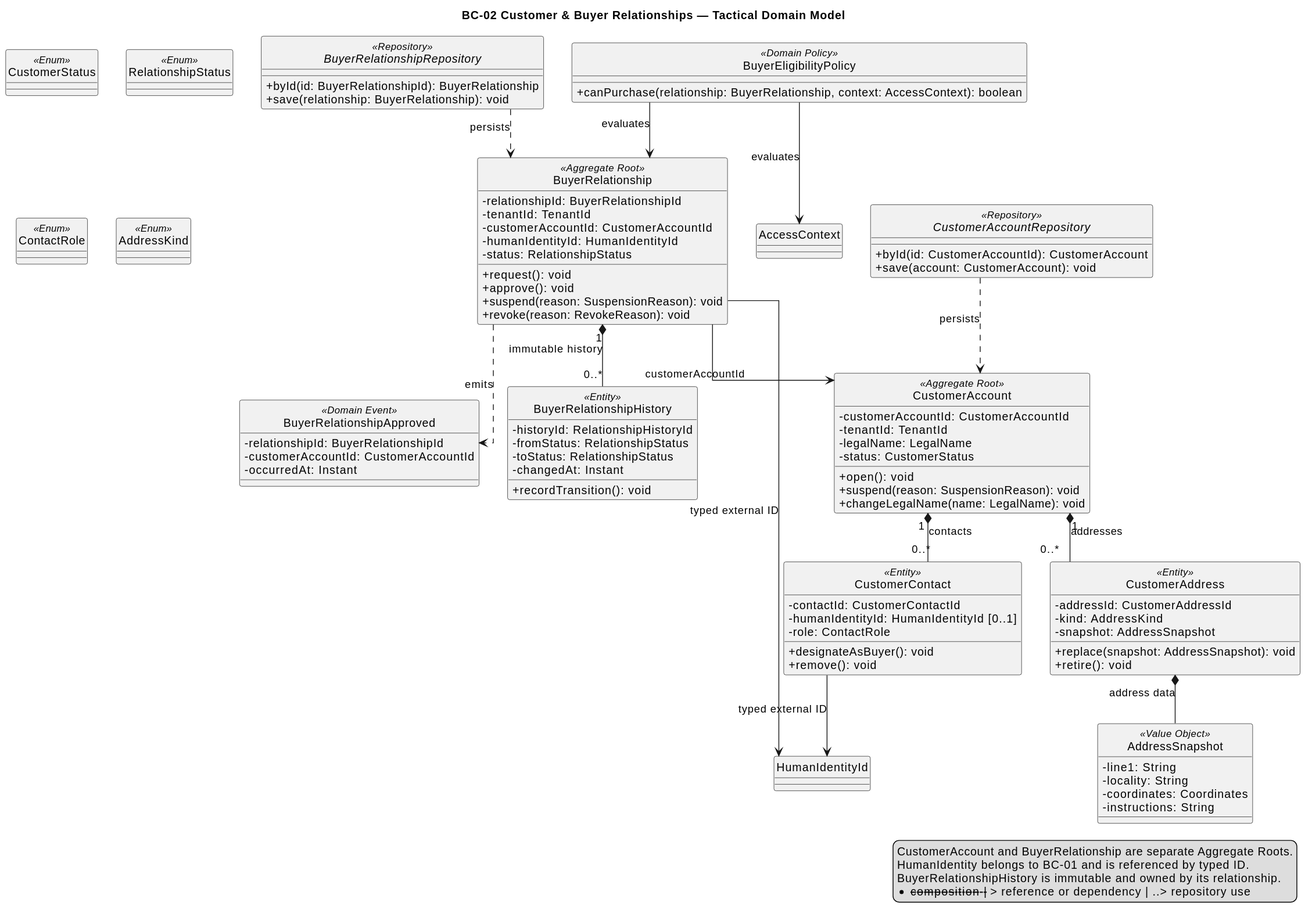
Before: report/assets/chapter-2/tactical/BC-02/BC02_CustomerBuyerRelationships.svg, a diagram exported from PlantUML (nexa-suite/mobile-report).
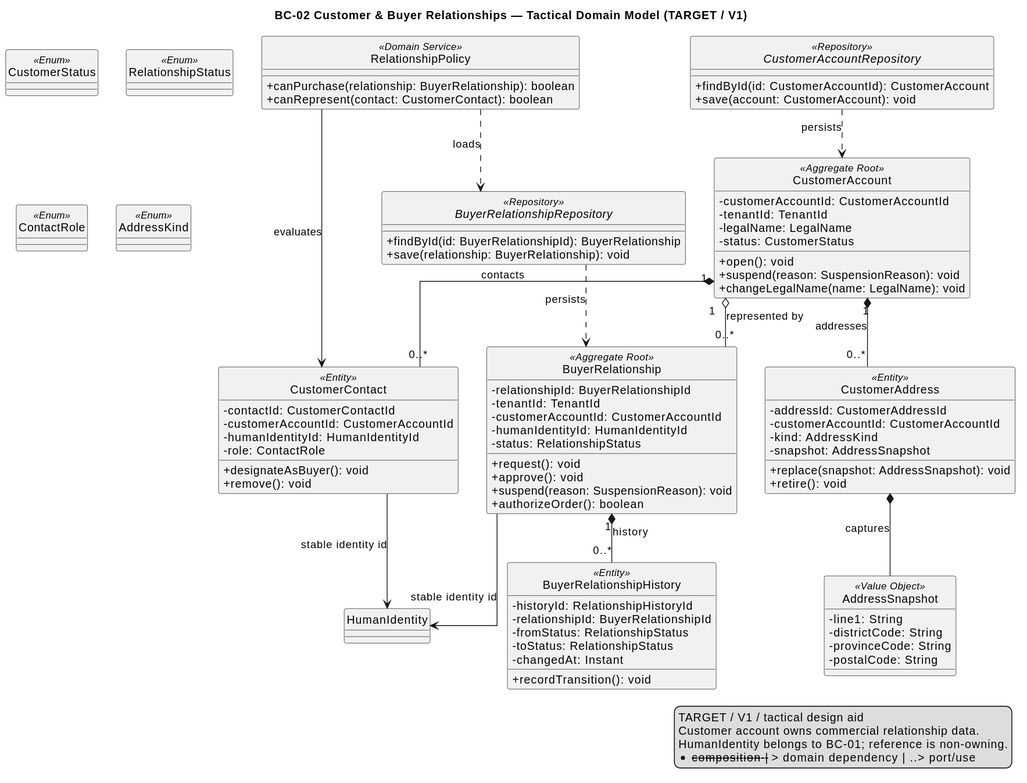
Above is the later version.

Change to the diagram source:
```diff
@@ -1,5 +1,5 @@
 @startuml
-title BC-02 Customer & Buyer Relationships — Tactical Domain Model
+title BC-02 Customer & Buyer Relationships — Tactical Domain Model (TARGET / V1)
 hide circle
 skinparam classAttributeIconSize 0
 skinparam shadowing false
@@ -15,6 +15,24 @@
   +changeLegalName(name: LegalName): void
 }
 
+class CustomerContact <<Entity>> {
+  -contactId: CustomerContactId
+  -customerAccountId: CustomerAccountId
+  -humanIdentityId: HumanIdentityId
+  -role: ContactRole
+  +designateAsBuyer(): void
+  +remove(): void
+}
+
+class CustomerAddress <<Entity>> {
+  -addressId: CustomerAddressId
+  -customerAccountId: CustomerAccountId
+  -kind: AddressKind
+  -snapshot: AddressSnapshot
+  +replace(snapshot: AddressSnapshot): void
+  +retire(): void
+}
+
 class BuyerRelationship <<Aggregate Root>> {
   -relationshipId: BuyerRelationshipId
   -tenantId: TenantId
@@ -24,27 +42,12 @@
   +request(): void
   +approve(): void
   +suspend(reason: SuspensionReason): void
-  +revoke(reason: RevokeReason): void
-}
-
-class CustomerContact <<Entity>> {
-  -contactId: CustomerContactId
-  -humanIdentityId: HumanIdentityId [0..1]
-  -role: ContactRole
-  +designateAsBuyer(): void
-  +remove(): void
-}
-
-class CustomerAddress <<Entity>> {
-  -addressId: CustomerAddressId
-  -kind: AddressKind
-  -snapshot: AddressSnapshot
-  +replace(snapshot: AddressSnapshot): void
-  +retire(): void
+  +authorizeOrder(): boolean
 }
 
 class BuyerRelationshipHistory <<Entity>> {
   -historyId: RelationshipHistoryId
+  -relationshipId: BuyerRelationshipId
   -fromStatus: RelationshipStatus
   -toStatus: RelationshipStatus
   -changedAt: Instant
@@ -53,29 +56,24 @@
 
 class AddressSnapshot <<Value Object>> {
   -line1: String
-  -locality: String
-  -coordinates: Coordinates
-  -instructions: String
+  -districtCode: String
+  -provinceCode: String
+  -postalCode: String
 }
 
-class BuyerEligibilityPolicy <<Domain Policy>> {
-  +canPurchase(relationship: BuyerRelationship, context: AccessContext): boolean
+class RelationshipPolicy <<Domain Service>> {
+  +canPurchase(relationship: BuyerRelationship): boolean
+  +canRepresent(contact: CustomerContact): boolean
 }
 
 interface CustomerAccountRepository <<Repository>> {
-  +byId(id: CustomerAccountId): CustomerAccount
+  +findById(id: CustomerAccountId): CustomerAccount
   +save(account: CustomerAccount): void
 }
 
 interface BuyerRelationshipRepository <<Repository>> {
-  +byId(id: BuyerRelationshipId): BuyerRelationship
+  +findById(id: BuyerRelationshipId): BuyerRelationship
   +save(relationship: BuyerRelationship): void
-}
-
-class BuyerRelationshipApproved <<Domain Event>> {
-  -relationshipId: BuyerRelationshipId
-  -customerAccountId: CustomerAccountId
-  -occurredAt: Instant
 }
 
 enum CustomerStatus <<Enum>>
@@ -85,21 +83,20 @@
 
 CustomerAccount "1" *-- "0..*" CustomerContact : contacts
 CustomerAccount "1" *-- "0..*" CustomerAddress : addresses
-BuyerRelationship "1" *-- "0..*" BuyerRelationshipHistory : immutable history
-BuyerRelationship --> CustomerAccount : customerAccountId
-CustomerContact --> HumanIdentityId : typed external ID
-BuyerRelationship --> HumanIdentityId : typed external ID
-CustomerAddress *-- AddressSnapshot : address data
-BuyerEligibilityPolicy --> BuyerRelationship : evaluates
-BuyerEligibilityPolicy --> AccessContext : evaluates
+CustomerAccount "1" o-- "0..*" BuyerRelationship : represented by
+BuyerRelationship "1" *-- "0..*" BuyerRelationshipHistory : history
+CustomerContact --> HumanIdentity : stable identity id
+BuyerRelationship --> HumanIdentity : stable identity id
+CustomerAddress *-- AddressSnapshot : captures
+RelationshipPolicy ..> BuyerRelationshipRepository : loads
+RelationshipPolicy --> CustomerContact : evaluates
 CustomerAccountRepository ..> CustomerAccount : persists
 BuyerRelationshipRepository ..> BuyerRelationship : persists
-BuyerRelationship ..> BuyerRelationshipApproved : emits
 
 legend right
-CustomerAccount and BuyerRelationship are separate Aggregate Roots.
-HumanIdentity belongs to BC-01 and is referenced by typed ID.
-BuyerRelationshipHistory is immutable and owned by its relationship.
-*-- composition | --> reference or dependency | ..> repository use
+TARGET / V1 / tactical design aid
+Customer account owns commercial relationship data.
+HumanIdentity belongs to BC-01; reference is non-owning.
+*-- composition | --> domain dependency | ..> port/use
 endlegend
 @enduml
```
